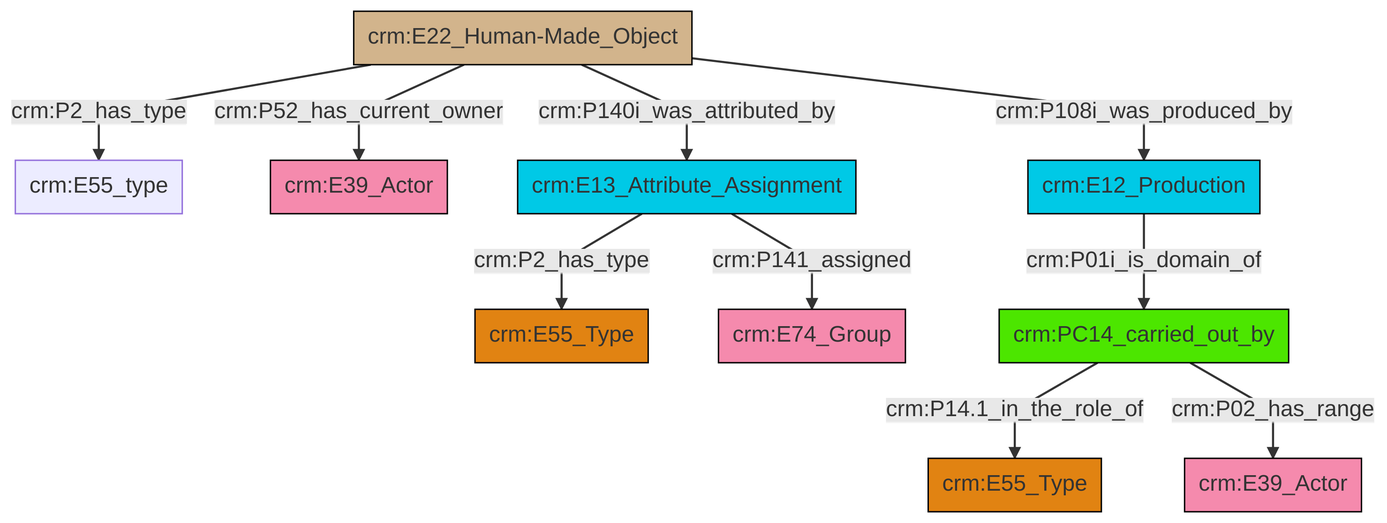
Above: et/builtWorkCSV/ttl/mmd/png/Built_Work_actor_relations.png in swiss-art-research-net/docs.swissartresearch (Mermaid), before the change. Its source is kept beside it as et/builtWorkCSV/ttl/mmd/Built_Work_actor_relations.ttl.mmd.
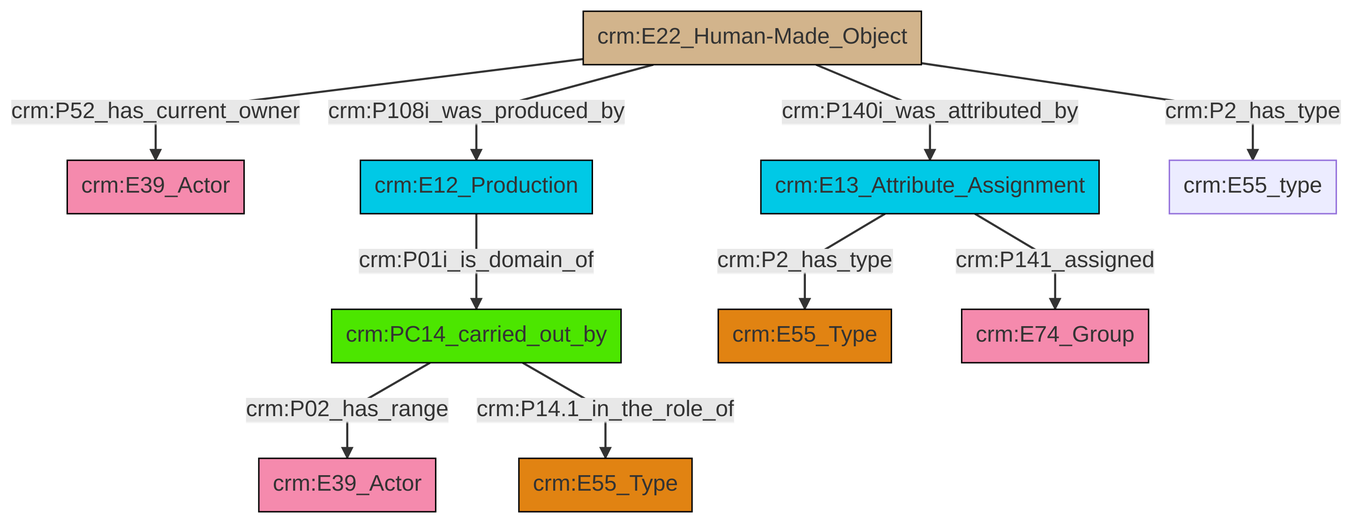
The same file after the commit.

Change to the diagram source:
```diff
@@ -13,12 +13,12 @@
 classDef PC_Classes fill:#4ce600, stroke:#000000;
 classDef Multi fill:#cccccc,stroke:#000000;
 
-0["crm:E22_Human-Made_Object"]:::Physical_Thing -->|crm:P2_has_type| 1["crm:E55_type"]:::Default
-0["crm:E22_Human-Made_Object"]:::Physical_Thing -->|crm:P52_has_current_owner| 2["crm:E39_Actor"]:::Actor
-0["crm:E22_Human-Made_Object"]:::Physical_Thing -->|crm:P140i_was_attributed_by| 3["crm:E13_Attribute_Assignment"]:::Temporal_Entity
-3["crm:E13_Attribute_Assignment"]:::Temporal_Entity -->|crm:P2_has_type| 4["crm:E55_Type"]:::Type
-5["crm:E12_Production"]:::Temporal_Entity -->|crm:P01i_is_domain_of| 6["crm:PC14_carried_out_by"]:::PC_Classes
-6["crm:PC14_carried_out_by"]:::PC_Classes -->|crm:P14.1_in_the_role_of| 9["crm:E55_Type"]:::Type
-3["crm:E13_Attribute_Assignment"]:::Temporal_Entity -->|crm:P141_assigned| 17["crm:E74_Group"]:::Actor
-0["crm:E22_Human-Made_Object"]:::Physical_Thing -->|crm:P108i_was_produced_by| 5["crm:E12_Production"]:::Temporal_Entity
-6["crm:PC14_carried_out_by"]:::PC_Classes -->|crm:P02_has_range| 15["crm:E39_Actor"]:::Actor
+0["crm:E13_Attribute_Assignment"]:::Temporal_Entity -->|crm:P2_has_type| 4["crm:E55_Type"]:::Type
+8["crm:E12_Production"]:::Temporal_Entity -->|crm:P01i_is_domain_of| 6["crm:PC14_carried_out_by"]:::PC_Classes
+6["crm:PC14_carried_out_by"]:::PC_Classes -->|crm:P02_has_range| 16["crm:E39_Actor"]:::Actor
+0["crm:E13_Attribute_Assignment"]:::Temporal_Entity -->|crm:P141_assigned| 17["crm:E74_Group"]:::Actor
+2["crm:E22_Human-Made_Object"]:::Physical_Thing -->|crm:P52_has_current_owner| 12["crm:E39_Actor"]:::Actor
+2["crm:E22_Human-Made_Object"]:::Physical_Thing -->|crm:P108i_was_produced_by| 8["crm:E12_Production"]:::Temporal_Entity
+6["crm:PC14_carried_out_by"]:::PC_Classes -->|crm:P14.1_in_the_role_of| 10["crm:E55_Type"]:::Type
+2["crm:E22_Human-Made_Object"]:::Physical_Thing -->|crm:P140i_was_attributed_by| 0["crm:E13_Attribute_Assignment"]:::Temporal_Entity
+2["crm:E22_Human-Made_Object"]:::Physical_Thing -->|crm:P2_has_type| 14["crm:E55_type"]:::Default
```
